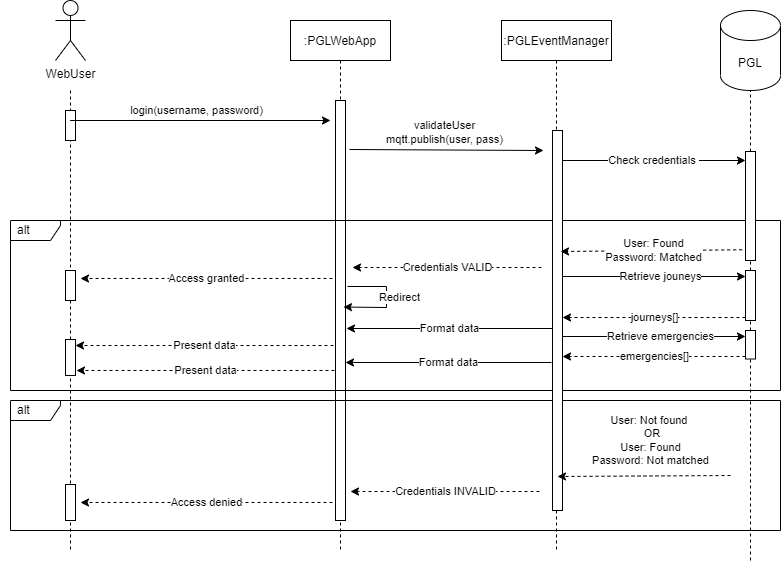
BusterSalomon/PGL keeps this draw.io diagram as UML_Diagrams/SequenceDiagrams/frontendsequence.png. Above is the earlier version. Source tidied: cells renumbered, new cells last; positions are measured from the earlier drawing's top-left corner, leaving out a move shared by most shapes.
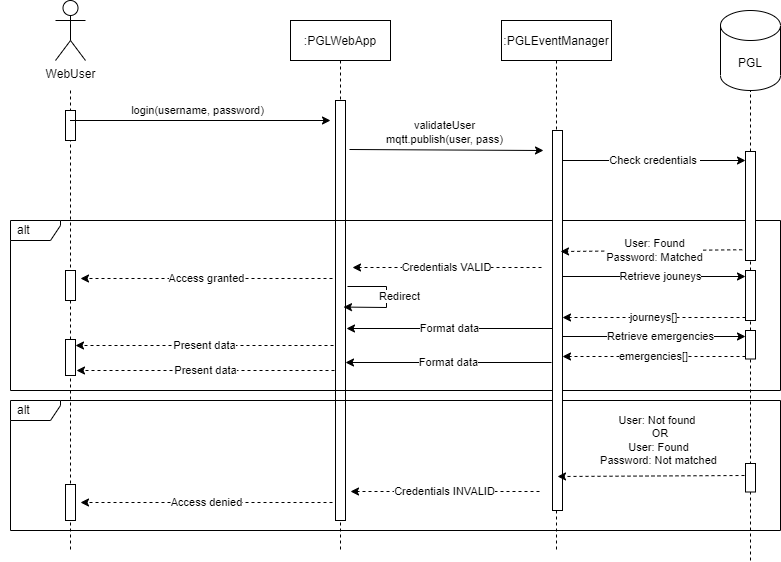
The same file after the commit.

The edit, as a diff of the source:
```diff
@@ -65,7 +65,7 @@
     </mxCell>
     <mxCell id="17" value="User: Not found&amp;nbsp;&lt;br&gt;&amp;nbsp;OR&lt;br&gt;User: Found&lt;br&gt;Password: Not matched" style="endArrow=classic;html=1;rounded=0;dashed=1;" parent="1" edge="1">
       <mxGeometry x="-0.08" y="-35" relative="1" as="geometry">
-        <mxPoint x="730" y="475" as="sourcePoint" />
+        <mxPoint x="744" y="475" as="sourcePoint" />
         <mxPoint x="557" y="476" as="targetPoint" />
       </mxGeometry>
     </mxCell>
@@ -171,5 +171,8 @@
         <mxPoint x="76" y="370" as="targetPoint" />
       </mxGeometry>
     </mxCell>
+    <mxCell id="39" style="perimeter=orthogonalPerimeter;rounded=0;shadow=0;strokeWidth=1;" parent="1" vertex="1">
+      <mxGeometry x="745" y="463" width="10" height="28.5" as="geometry" />
+    </mxCell>
   </root>
 </mxGraphModel>
```
